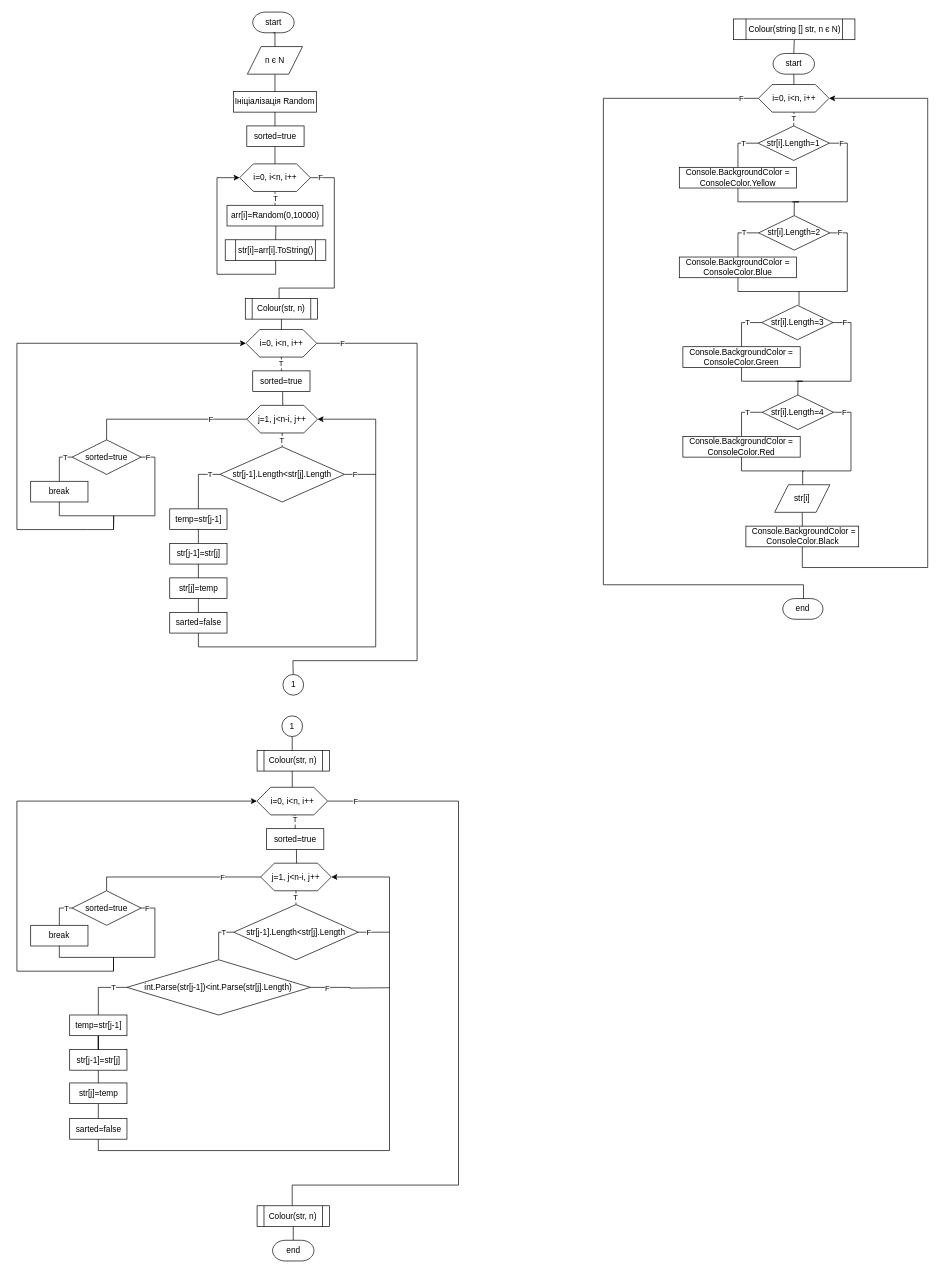
zuckgrass/ads-pisotska-kp11 keeps this draw.io diagram as Лабораторна3/Діаграма3.drawio. Above is the earlier version. Source tidied: cells renumbered, new cells numbered last; positions are measured from the earlier drawing's top-left corner, leaving out a move shared by most shapes. Both pictures are drawn from the tidied source at 69%, with x=0, y=0 at pixel (17, 12).
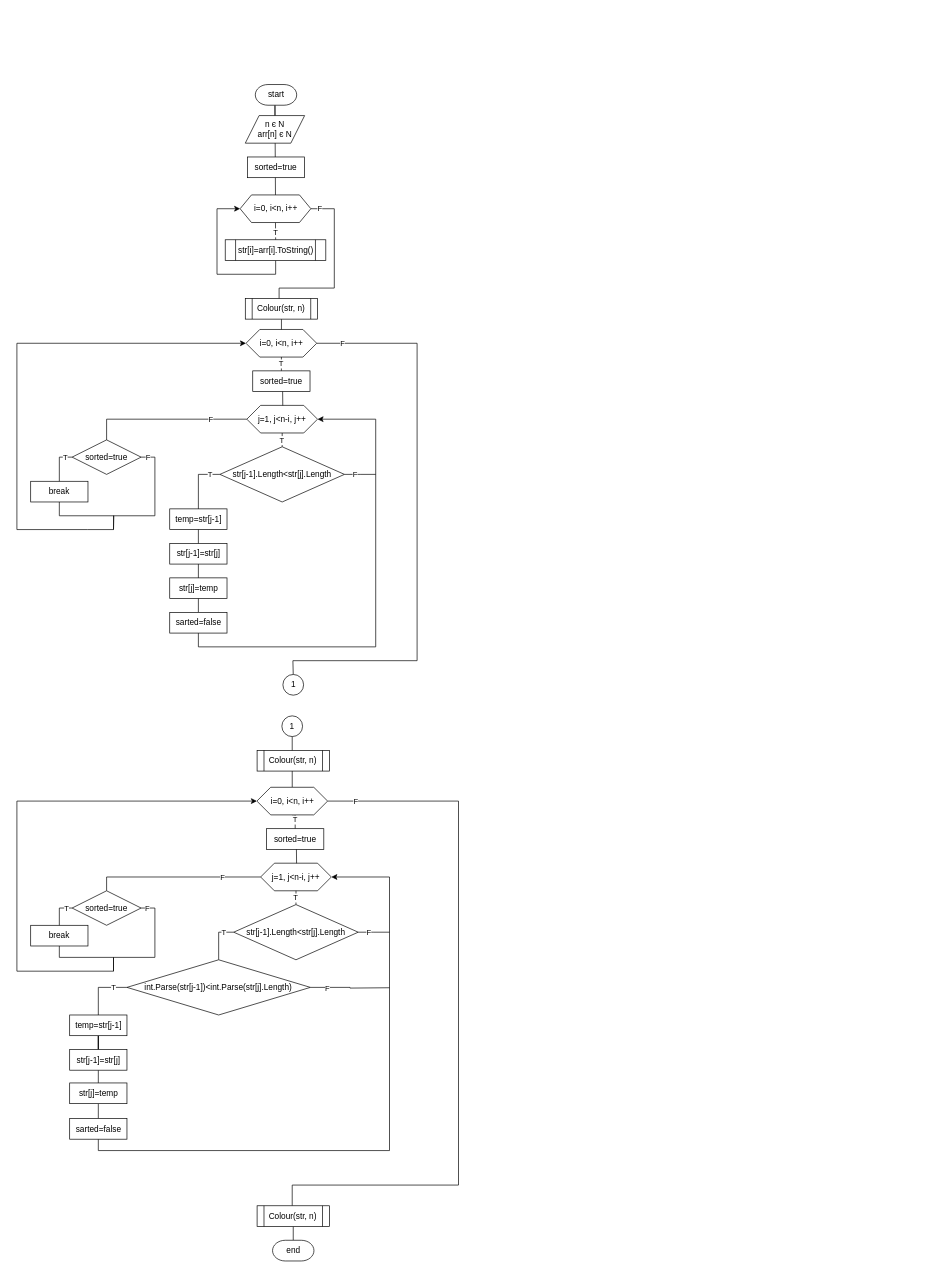
The same diagram, later.

Change to the diagram source:
```diff
@@
     <mxCell id="2" style="edgeStyle=orthogonalEdgeStyle;rounded=0;jettySize=auto;html=1;exitX=0.5;exitY=1;exitDx=0;exitDy=0;exitPerimeter=0;entryX=0.5;entryY=0;entryDx=0;entryDy=0;endArrow=none;endFill=0;startArrow=none;" parent="1" edge="1" source="98" target="8">
       <mxGeometry relative="1" as="geometry">
         <Array as="points">
-          <mxPoint x="374" y="90" />
+          <mxPoint x="374.8" y="135" />
         </Array>
       </mxGeometry>
     </mxCell>
     <mxCell id="3" value="start" style="strokeWidth=1;html=1;shape=mxgraph.flowchart.terminator;whiteSpace=wrap;" parent="1" vertex="1">
-      <mxGeometry x="341.8" width="60" height="30" as="geometry" />
+      <mxGeometry x="345.5" y="105" width="60" height="30" as="geometry" />
     </mxCell>
-    <mxCell id="4" value="Ініціалізація Random" style="rounded=0;whiteSpace=wrap;html=1;strokeWidth=1;" parent="1" vertex="1">
-      <mxGeometry x="314" y="115" width="120" height="30" as="geometry" />
-    </mxCell>
     <mxCell id="5" value="sorted=true" style="rounded=0;whiteSpace=wrap;html=1;strokeWidth=1;" parent="1" vertex="1">
-      <mxGeometry x="333.2" y="165" width="83" height="30" as="geometry" />
+      <mxGeometry x="334" y="210" width="83" height="30" as="geometry" />
     </mxCell>
     <mxCell id="6" value="T" style="edgeStyle=orthogonalEdgeStyle;rounded=0;jettySize=auto;html=1;exitX=0.5;exitY=1;exitDx=0;exitDy=0;entryX=0.5;entryY=0;entryDx=0;entryDy=0;endArrow=none;endFill=0;" parent="1" edge="1" source="8">
-      <mxGeometry x="-0.72" y="1" relative="1" as="geometry">
+      <mxGeometry x="0.2" relative="1" as="geometry">
         <mxPoint x="375" y="330" as="targetPoint" />
       </mxGeometry>
     </mxCell>
     <mxCell id="7" value="F" style="edgeStyle=orthogonalEdgeStyle;rounded=0;jettySize=auto;html=1;exitX=1;exitY=0.5;exitDx=0;exitDy=0;endArrow=none;endFill=0;" parent="1" edge="1" source="8">
       <mxGeometry x="-0.9" relative="1" as="geometry">
         <mxPoint x="380" y="430" as="targetPoint" />
         <Array as="points">
-          <mxPoint x="460" y="240" />
+          <mxPoint x="460" y="285" />
           <mxPoint x="460" y="400" />
           <mxPoint x="380" y="400" />
         </Array>
       </mxGeometry>
     </mxCell>
-    <mxCell id="8" value="i=0, i&amp;lt;n, i++" style="shape=hexagon;perimeter=hexagonPerimeter2;whiteSpace=wrap;html=1;fixedSize=1;strokeWidth=1;" parent="1" vertex="1">
-      <mxGeometry x="322.8" y="220" width="102.5" height="40" as="geometry" />
+    <mxCell id="8" value="i=0, i&amp;lt;n, i++" style="shape=hexagon;perimeter=hexagonPerimeter2;whiteSpace=wrap;html=1;fixedSize=1;strokeWidth=1;size=16.49000000000001;" parent="1" vertex="1">
+      <mxGeometry x="323.5" y="265" width="102.5" height="40" as="geometry" />
     </mxCell>
-    <mxCell id="9" value="arr[i]=Random(0,10000)" style="rounded=0;whiteSpace=wrap;html=1;strokeWidth=1;" parent="1" vertex="1">
-      <mxGeometry x="304.5" y="280" width="139" height="30" as="geometry" />
-    </mxCell>
     <mxCell id="10" style="edgeStyle=orthogonalEdgeStyle;rounded=0;jettySize=auto;html=1;exitX=0.5;exitY=1;exitDx=0;exitDy=0;endArrow=classic;endFill=1;entryX=0;entryY=0.5;entryDx=0;entryDy=0;" parent="1" edge="1" target="8">
       <mxGeometry relative="1" as="geometry">
         <mxPoint x="375" y="360" as="sourcePoint" />
         <Array as="points">
           <mxPoint x="375" y="380" />
           <mxPoint x="290" y="380" />
-          <mxPoint x="290" y="240" />
+          <mxPoint x="290" y="285" />
         </Array>
       </mxGeometry>
     </mxCell>
@@
-    <mxCell id="67" value="T" style="edgeStyle=orthogonalEdgeStyle;rounded=0;jettySize=auto;html=1;exitX=0.5;exitY=1;exitDx=0;exitDy=0;entryX=0.5;entryY=0;entryDx=0;entryDy=0;endArrow=none;endFill=0;" parent="1" edge="1" target="72">
-      <mxGeometry x="0.75" relative="1" as="geometry">
-        <mxPoint x="1125.9" y="85" as="sourcePoint" />
-      </mxGeometry>
-    </mxCell>
-    <mxCell id="68" value="F" style="edgeStyle=orthogonalEdgeStyle;rounded=0;jettySize=auto;html=1;exitX=0;exitY=0.5;exitDx=0;exitDy=0;endArrow=none;endFill=0;" parent="1" edge="1" source="69" target="97">
-      <mxGeometry x="-0.96" relative="1" as="geometry">
-        <Array as="points">
-          <mxPoint x="850" y="125" />
-          <mxPoint x="850" y="830" />
-          <mxPoint x="1140" y="830" />
-        </Array>
-      </mxGeometry>
-    </mxCell>
-    <mxCell id="69" value="i=0, i&amp;lt;n, i++" style="shape=hexagon;perimeter=hexagonPerimeter2;whiteSpace=wrap;html=1;fixedSize=1;strokeWidth=1;" parent="1" vertex="1">
-      <mxGeometry x="1074.6" y="105" width="102.5" height="40" as="geometry" />
-    </mxCell>
-    <mxCell id="70" value="T" style="edgeStyle=orthogonalEdgeStyle;rounded=0;jettySize=auto;html=1;exitX=0;exitY=0.5;exitDx=0;exitDy=0;entryX=0.5;entryY=0;entryDx=0;entryDy=0;endArrow=none;endFill=0;" parent="1" edge="1" source="72" target="74">
-      <mxGeometry x="-0.35" relative="1" as="geometry" />
-    </mxCell>
-    <mxCell id="71" value="F" style="edgeStyle=orthogonalEdgeStyle;rounded=0;jettySize=auto;html=1;exitX=1;exitY=0.5;exitDx=0;exitDy=0;entryX=0.5;entryY=0;entryDx=0;entryDy=0;endArrow=none;endFill=0;" parent="1" edge="1" source="72" target="77">
-      <mxGeometry x="-0.84" relative="1" as="geometry">
-        <Array as="points">
-          <mxPoint x="1203.5" y="190" />
-          <mxPoint x="1203.5" y="275" />
-          <mxPoint x="1126.5" y="275" />
-        </Array>
-      </mxGeometry>
-    </mxCell>
-    <mxCell id="72" value="str[i].Length=1" style="rhombus;whiteSpace=wrap;html=1;strokeWidth=1;" parent="1" vertex="1">
-      <mxGeometry x="1074.2" y="165" width="103.3" height="50" as="geometry" />
-    </mxCell>
-    <mxCell id="73" style="edgeStyle=orthogonalEdgeStyle;rounded=0;jettySize=auto;html=1;exitX=0.5;exitY=1;exitDx=0;exitDy=0;endArrow=none;endFill=0;" parent="1" edge="1" source="74">
-      <mxGeometry relative="1" as="geometry">
-        <mxPoint x="1123.5" y="275" as="targetPoint" />
-        <Array as="points">
-          <mxPoint x="1045.5" y="275" />
-          <mxPoint x="1133.5" y="275" />
-        </Array>
-      </mxGeometry>
-    </mxCell>
-    <mxCell id="74" value="Console.BackgroundColor = ConsoleColor.Yellow" style="rounded=0;whiteSpace=wrap;html=1;strokeWidth=1;" parent="1" vertex="1">
-      <mxGeometry x="960" y="225" width="170" height="30" as="geometry" />
-    </mxCell>
-    <mxCell id="75" value="T" style="edgeStyle=orthogonalEdgeStyle;rounded=0;jettySize=auto;html=1;exitX=0;exitY=0.5;exitDx=0;exitDy=0;entryX=0.5;entryY=0;entryDx=0;entryDy=0;endArrow=none;endFill=0;" parent="1" edge="1" source="77" target="79">
-      <mxGeometry x="-0.34" relative="1" as="geometry" />
-    </mxCell>
-    <mxCell id="76" value="F" style="edgeStyle=orthogonalEdgeStyle;rounded=0;jettySize=auto;html=1;exitX=1;exitY=0.5;exitDx=0;exitDy=0;endArrow=none;endFill=0;" parent="1" edge="1" source="77">
-      <mxGeometry x="-0.85" relative="1" as="geometry">
-        <mxPoint x="1133.5" y="425" as="targetPoint" />
-        <Array as="points">
-          <mxPoint x="1203.5" y="320" />
-          <mxPoint x="1203.5" y="405" />
-          <mxPoint x="1133.5" y="405" />
-        </Array>
-      </mxGeometry>
-    </mxCell>
-    <mxCell id="77" value="str[i].Length=2" style="rhombus;whiteSpace=wrap;html=1;strokeWidth=1;" parent="1" vertex="1">
-      <mxGeometry x="1074.9" y="295" width="103.3" height="50" as="geometry" />
-    </mxCell>
-    <mxCell id="78" style="edgeStyle=orthogonalEdgeStyle;rounded=0;jettySize=auto;html=1;exitX=0.5;exitY=1;exitDx=0;exitDy=0;endArrow=none;endFill=0;" parent="1" edge="1" source="79">
-      <mxGeometry relative="1" as="geometry">
-        <mxPoint x="1133.5" y="405" as="targetPoint" />
-      </mxGeometry>
-    </mxCell>
-    <mxCell id="79" value="Console.BackgroundColor = ConsoleColor.Blue" style="rounded=0;whiteSpace=wrap;html=1;strokeWidth=1;" parent="1" vertex="1">
-      <mxGeometry x="960" y="355" width="170" height="30" as="geometry" />
-    </mxCell>
-    <mxCell id="80" value="T" style="edgeStyle=orthogonalEdgeStyle;rounded=0;jettySize=auto;html=1;exitX=0;exitY=0.5;exitDx=0;exitDy=0;entryX=0.5;entryY=0;entryDx=0;entryDy=0;endArrow=none;endFill=0;" parent="1" edge="1" source="82" target="84">
-      <mxGeometry x="-0.35" relative="1" as="geometry" />
-    </mxCell>
-    <mxCell id="81" value="F" style="edgeStyle=orthogonalEdgeStyle;rounded=0;jettySize=auto;html=1;exitX=1;exitY=0.5;exitDx=0;exitDy=0;entryX=0.5;entryY=0;entryDx=0;entryDy=0;endArrow=none;endFill=0;" parent="1" edge="1" source="82" target="87">
-      <mxGeometry x="-0.84" relative="1" as="geometry">
-        <Array as="points">
-          <mxPoint x="1208.8" y="450" />
-          <mxPoint x="1208.8" y="535" />
-          <mxPoint x="1131.8" y="535" />
-        </Array>
-      </mxGeometry>
-    </mxCell>
-    <mxCell id="82" value="str[i].Length=3" style="rhombus;whiteSpace=wrap;html=1;strokeWidth=1;" parent="1" vertex="1">
-      <mxGeometry x="1079.5" y="425" width="103.3" height="50" as="geometry" />
-    </mxCell>
-    <mxCell id="83" style="edgeStyle=orthogonalEdgeStyle;rounded=0;jettySize=auto;html=1;exitX=0.5;exitY=1;exitDx=0;exitDy=0;endArrow=none;endFill=0;" parent="1" edge="1" source="84">
-      <mxGeometry relative="1" as="geometry">
-        <mxPoint x="1128.8" y="535" as="targetPoint" />
-        <Array as="points">
-          <mxPoint x="1050.8" y="535" />
-          <mxPoint x="1138.8" y="535" />
-        </Array>
-      </mxGeometry>
-    </mxCell>
-    <mxCell id="84" value="Console.BackgroundColor = ConsoleColor.Green" style="rounded=0;whiteSpace=wrap;html=1;strokeWidth=1;" parent="1" vertex="1">
-      <mxGeometry x="965.2" y="485" width="170" height="30" as="geometry" />
-    </mxCell>
-    <mxCell id="85" value="T" style="edgeStyle=orthogonalEdgeStyle;rounded=0;jettySize=auto;html=1;exitX=0;exitY=0.5;exitDx=0;exitDy=0;entryX=0.5;entryY=0;entryDx=0;entryDy=0;endArrow=none;endFill=0;" parent="1" edge="1" source="87" target="89">
-      <mxGeometry x="-0.34" relative="1" as="geometry" />
-    </mxCell>
-    <mxCell id="86" value="F" style="edgeStyle=orthogonalEdgeStyle;rounded=0;jettySize=auto;html=1;exitX=1;exitY=0.5;exitDx=0;exitDy=0;endArrow=none;endFill=0;" parent="1" edge="1" source="87">
-      <mxGeometry x="-0.85" relative="1" as="geometry">
-        <mxPoint x="1138.8" y="685" as="targetPoint" />
-        <Array as="points">
-          <mxPoint x="1208.8" y="580" />
-          <mxPoint x="1208.8" y="665" />
-          <mxPoint x="1138.8" y="665" />
-        </Array>
-      </mxGeometry>
-    </mxCell>
-    <mxCell id="87" value="str[i].Length=4" style="rhombus;whiteSpace=wrap;html=1;strokeWidth=1;" parent="1" vertex="1">
-      <mxGeometry x="1080.2" y="555" width="103.3" height="50" as="geometry" />
-    </mxCell>
-    <mxCell id="88" style="edgeStyle=orthogonalEdgeStyle;rounded=0;jettySize=auto;html=1;exitX=0.5;exitY=1;exitDx=0;exitDy=0;endArrow=none;endFill=0;" parent="1" edge="1" source="89">
-      <mxGeometry relative="1" as="geometry">
-        <mxPoint x="1140" y="665" as="targetPoint" />
-      </mxGeometry>
-    </mxCell>
-    <mxCell id="89" value="Console.BackgroundColor = ConsoleColor.Red" style="rounded=0;whiteSpace=wrap;html=1;strokeWidth=1;" parent="1" vertex="1">
-      <mxGeometry x="965.2" y="615" width="170" height="30" as="geometry" />
-    </mxCell>
-    <mxCell id="90" style="edgeStyle=orthogonalEdgeStyle;rounded=0;jettySize=auto;html=1;exitX=0.5;exitY=1;exitDx=0;exitDy=0;entryX=0.5;entryY=0;entryDx=0;entryDy=0;endArrow=none;endFill=0;" parent="1" edge="1" source="91" target="93">
-      <mxGeometry relative="1" as="geometry" />
-    </mxCell>
-    <mxCell id="91" value="str[i]" style="shape=parallelogram;perimeter=parallelogramPerimeter;whiteSpace=wrap;html=1;fixedSize=1;strokeWidth=1;" parent="1" vertex="1">
-      <mxGeometry x="1098.2" y="685" width="80" height="40" as="geometry" />
-    </mxCell>
-    <mxCell id="92" style="edgeStyle=orthogonalEdgeStyle;rounded=0;jettySize=auto;html=1;exitX=0.5;exitY=1;exitDx=0;exitDy=0;entryX=1;entryY=0.5;entryDx=0;entryDy=0;endArrow=classic;endFill=1;" parent="1" edge="1" source="93" target="69">
-      <mxGeometry relative="1" as="geometry">
-        <Array as="points">
-          <mxPoint x="1138" y="805" />
-          <mxPoint x="1320" y="805" />
-          <mxPoint x="1320" y="125" />
-        </Array>
-      </mxGeometry>
-    </mxCell>
-    <mxCell id="93" value="&amp;nbsp;Console.BackgroundColor = ConsoleColor.Black" style="rounded=0;whiteSpace=wrap;html=1;strokeWidth=1;" parent="1" vertex="1">
-      <mxGeometry x="1056.5" y="745" width="163.5" height="30" as="geometry" />
-    </mxCell>
-    <mxCell id="94" style="edgeStyle=orthogonalEdgeStyle;rounded=0;jettySize=auto;html=1;exitX=0.5;exitY=1;exitDx=0;exitDy=0;entryX=0.5;entryY=0;entryDx=0;entryDy=0;entryPerimeter=0;endArrow=none;endFill=0;" parent="1" edge="1" source="95" target="96">
-      <mxGeometry relative="1" as="geometry" />
-    </mxCell>
-    <mxCell id="95" value="Colour(string [] str, n є N)" style="shape=process;whiteSpace=wrap;html=1;backgroundOutline=1;strokeWidth=1;" parent="1" vertex="1">
-      <mxGeometry x="1038.7" y="10" width="175.8" height="30" as="geometry" />
-    </mxCell>
-    <mxCell id="96" value="start" style="strokeWidth=1;html=1;shape=mxgraph.flowchart.terminator;whiteSpace=wrap;" parent="1" vertex="1">
-      <mxGeometry x="1095.9" y="60" width="60" height="30" as="geometry" />
-    </mxCell>
-    <mxCell id="97" value="end" style="strokeWidth=1;html=1;shape=mxgraph.flowchart.terminator;whiteSpace=wrap;" parent="1" vertex="1">
-      <mxGeometry x="1110" y="850" width="58.2" height="30" as="geometry" />
-    </mxCell>
-    <mxCell id="98" value="n є N" style="shape=parallelogram;perimeter=parallelogramPerimeter;whiteSpace=wrap;html=1;fixedSize=1;strokeWidth=1;" parent="1" vertex="1">
-      <mxGeometry x="334" y="50" width="80" height="40" as="geometry" />
+    <mxCell id="98" value="n є N&lt;br&gt;arr[n] є N" style="shape=parallelogram;perimeter=parallelogramPerimeter;whiteSpace=wrap;html=1;fixedSize=1;strokeWidth=1;" parent="1" vertex="1">
+      <mxGeometry x="331" y="150" width="86" height="40" as="geometry" />
     </mxCell>
-    <mxCell id="99" style="edgeStyle=orthogonalEdgeStyle;rounded=0;jettySize=auto;html=1;exitX=0.5;exitY=1;exitDx=0;exitDy=0;exitPerimeter=0;entryX=0.5;entryY=0;entryDx=0;entryDy=0;endArrow=none;endFill=0;" parent="1" edge="1" source="3" target="98">
-      <mxGeometry relative="1" as="geometry" />
-    </mxCell>
```
